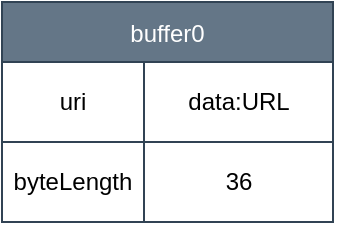
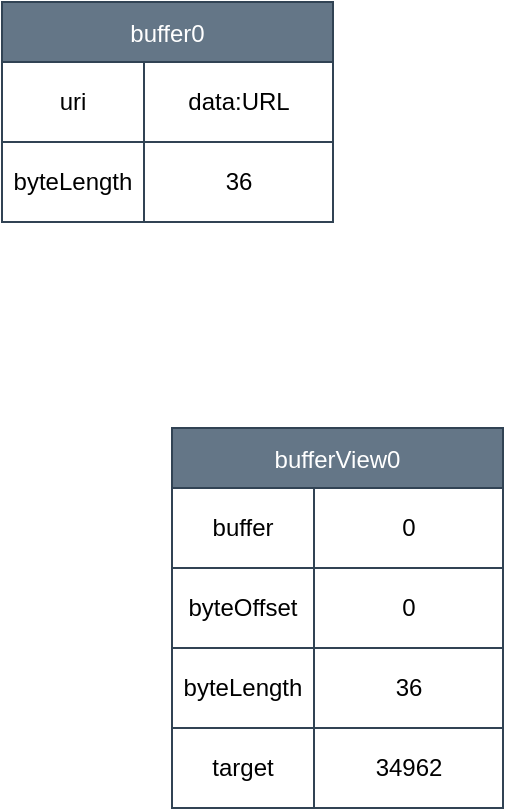
<mxfile host="app.diagrams.net">
  <diagram id="BZvedy4mBk2RI_J5c_5u" name="第 1 页">
-     <mxGraphModel dx="912" dy="956" grid="0" gridSize="10" guides="1" tooltips="1" connect="1" arrows="1" fold="1" page="0" pageScale="1" pageWidth="827" pageHeight="1169" math="0" shadow="0">
+     <mxGraphModel dx="912" dy="1356" grid="0" gridSize="10" guides="1" tooltips="1" connect="1" arrows="1" fold="1" page="0" pageScale="1" pageWidth="827" pageHeight="1169" math="0" shadow="0">
      <root>
        <mxCell id="0" />
        <mxCell id="1" parent="0" />
        <mxCell id="-Ds3_SINnqwqFCvs20sv-1" parent="1" style="shape=table;startSize=30;container=1;collapsible=0;childLayout=tableLayout;fixedHeader=1;fillColor=#647687;fontColor=#ffffff;strokeColor=#314354;" value="buffer0" vertex="1">
-           <mxGeometry height="110" width="165.5" x="-104" y="88" as="geometry" />
+           <mxGeometry height="110" width="165.5" x="-185" y="-50" as="geometry" />
        </mxCell>
        <mxCell id="-Ds3_SINnqwqFCvs20sv-2" parent="-Ds3_SINnqwqFCvs20sv-1" style="shape=tableRow;horizontal=0;startSize=0;swimlaneHead=0;swimlaneBody=0;strokeColor=inherit;top=0;left=0;bottom=0;right=0;collapsible=0;dropTarget=0;fillColor=none;points=[[0,0.5],[1,0.5]];portConstraint=eastwest;fixedHeader=1;" value="" vertex="1">
          <mxGeometry height="40" width="165.5" y="30" as="geometry" />
        </mxCell>
        <mxCell id="-Ds3_SINnqwqFCvs20sv-3" parent="-Ds3_SINnqwqFCvs20sv-2" style="shape=partialRectangle;html=1;whiteSpace=wrap;connectable=0;strokeColor=inherit;overflow=hidden;fillColor=none;top=0;left=0;bottom=0;right=0;pointerEvents=1;align=center;" value="uri" vertex="1">
          <mxGeometry height="40" width="71" as="geometry">
            <mxRectangle height="40" width="71" as="alternateBounds" />
          </mxGeometry>
        </mxCell>
        <mxCell id="-Ds3_SINnqwqFCvs20sv-4" parent="-Ds3_SINnqwqFCvs20sv-2" style="shape=partialRectangle;html=1;whiteSpace=wrap;connectable=0;strokeColor=inherit;overflow=hidden;fillColor=none;top=0;left=0;bottom=0;right=0;pointerEvents=1;" value="data:URL" vertex="1">
          <mxGeometry height="40" width="95" x="71" as="geometry">
            <mxRectangle height="40" width="95" as="alternateBounds" />
          </mxGeometry>
        </mxCell>
        <mxCell id="-Ds3_SINnqwqFCvs20sv-5" parent="-Ds3_SINnqwqFCvs20sv-1" style="shape=tableRow;horizontal=0;startSize=0;swimlaneHead=0;swimlaneBody=0;strokeColor=inherit;top=0;left=0;bottom=0;right=0;collapsible=0;dropTarget=0;fillColor=none;points=[[0,0.5],[1,0.5]];portConstraint=eastwest;fixedHeader=1;" value="" vertex="1">
          <mxGeometry height="40" width="165.5" y="70" as="geometry" />
        </mxCell>
        <mxCell id="-Ds3_SINnqwqFCvs20sv-6" parent="-Ds3_SINnqwqFCvs20sv-5" style="shape=partialRectangle;html=1;whiteSpace=wrap;connectable=0;strokeColor=inherit;overflow=hidden;fillColor=none;top=0;left=0;bottom=0;right=0;pointerEvents=1;align=center;" value="byteLength" vertex="1">
          <mxGeometry height="40" width="71" as="geometry">
            <mxRectangle height="40" width="71" as="alternateBounds" />
          </mxGeometry>
        </mxCell>
        <mxCell id="-Ds3_SINnqwqFCvs20sv-7" parent="-Ds3_SINnqwqFCvs20sv-5" style="shape=partialRectangle;html=1;whiteSpace=wrap;connectable=0;strokeColor=inherit;overflow=hidden;fillColor=none;top=0;left=0;bottom=0;right=0;pointerEvents=1;" value="36" vertex="1">
          <mxGeometry height="40" width="95" x="71" as="geometry">
            <mxRectangle height="40" width="95" as="alternateBounds" />
          </mxGeometry>
        </mxCell>
+         <mxCell id="IMBELnrVSliVJA-H-ImH-1" parent="1" style="shape=table;startSize=30;container=1;collapsible=0;childLayout=tableLayout;fixedHeader=1;fillColor=#647687;fontColor=#ffffff;strokeColor=#314354;" value="bufferView0" vertex="1">
+           <mxGeometry height="190" width="165.5" x="-100" y="163" as="geometry" />
+         </mxCell>
+         <mxCell id="IMBELnrVSliVJA-H-ImH-2" parent="IMBELnrVSliVJA-H-ImH-1" style="shape=tableRow;horizontal=0;startSize=0;swimlaneHead=0;swimlaneBody=0;strokeColor=inherit;top=0;left=0;bottom=0;right=0;collapsible=0;dropTarget=0;fillColor=none;points=[[0,0.5],[1,0.5]];portConstraint=eastwest;fixedHeader=1;" value="" vertex="1">
+           <mxGeometry height="40" width="165.5" y="30" as="geometry" />
+         </mxCell>
+         <mxCell id="IMBELnrVSliVJA-H-ImH-3" parent="IMBELnrVSliVJA-H-ImH-2" style="shape=partialRectangle;html=1;whiteSpace=wrap;connectable=0;strokeColor=inherit;overflow=hidden;fillColor=none;top=0;left=0;bottom=0;right=0;pointerEvents=1;align=center;" value="buffer" vertex="1">
+           <mxGeometry height="40" width="71" as="geometry">
+             <mxRectangle height="40" width="71" as="alternateBounds" />
+           </mxGeometry>
+         </mxCell>
+         <mxCell id="IMBELnrVSliVJA-H-ImH-4" parent="IMBELnrVSliVJA-H-ImH-2" style="shape=partialRectangle;html=1;whiteSpace=wrap;connectable=0;strokeColor=inherit;overflow=hidden;fillColor=none;top=0;left=0;bottom=0;right=0;pointerEvents=1;" value="0" vertex="1">
+           <mxGeometry height="40" width="95" x="71" as="geometry">
+             <mxRectangle height="40" width="95" as="alternateBounds" />
+           </mxGeometry>
+         </mxCell>
+         <mxCell id="IMBELnrVSliVJA-H-ImH-5" parent="IMBELnrVSliVJA-H-ImH-1" style="shape=tableRow;horizontal=0;startSize=0;swimlaneHead=0;swimlaneBody=0;strokeColor=inherit;top=0;left=0;bottom=0;right=0;collapsible=0;dropTarget=0;fillColor=none;points=[[0,0.5],[1,0.5]];portConstraint=eastwest;fixedHeader=1;" value="" vertex="1">
+           <mxGeometry height="40" width="165.5" y="70" as="geometry" />
+         </mxCell>
+         <mxCell id="IMBELnrVSliVJA-H-ImH-6" parent="IMBELnrVSliVJA-H-ImH-5" style="shape=partialRectangle;html=1;whiteSpace=wrap;connectable=0;strokeColor=inherit;overflow=hidden;fillColor=none;top=0;left=0;bottom=0;right=0;pointerEvents=1;align=center;" value="byteOffset" vertex="1">
+           <mxGeometry height="40" width="71" as="geometry">
+             <mxRectangle height="40" width="71" as="alternateBounds" />
+           </mxGeometry>
+         </mxCell>
+         <mxCell id="IMBELnrVSliVJA-H-ImH-7" parent="IMBELnrVSliVJA-H-ImH-5" style="shape=partialRectangle;html=1;whiteSpace=wrap;connectable=0;strokeColor=inherit;overflow=hidden;fillColor=none;top=0;left=0;bottom=0;right=0;pointerEvents=1;" value="0" vertex="1">
+           <mxGeometry height="40" width="95" x="71" as="geometry">
+             <mxRectangle height="40" width="95" as="alternateBounds" />
+           </mxGeometry>
+         </mxCell>
+         <mxCell id="IMBELnrVSliVJA-H-ImH-8" parent="IMBELnrVSliVJA-H-ImH-1" style="shape=tableRow;horizontal=0;startSize=0;swimlaneHead=0;swimlaneBody=0;strokeColor=inherit;top=0;left=0;bottom=0;right=0;collapsible=0;dropTarget=0;fillColor=none;points=[[0,0.5],[1,0.5]];portConstraint=eastwest;fixedHeader=1;" vertex="1">
+           <mxGeometry height="40" width="165.5" y="110" as="geometry" />
+         </mxCell>
+         <mxCell id="IMBELnrVSliVJA-H-ImH-9" parent="IMBELnrVSliVJA-H-ImH-8" style="shape=partialRectangle;html=1;whiteSpace=wrap;connectable=0;strokeColor=inherit;overflow=hidden;fillColor=none;top=0;left=0;bottom=0;right=0;pointerEvents=1;align=center;" value="byteLength" vertex="1">
+           <mxGeometry height="40" width="71" as="geometry">
+             <mxRectangle height="40" width="71" as="alternateBounds" />
+           </mxGeometry>
+         </mxCell>
+         <mxCell id="IMBELnrVSliVJA-H-ImH-10" parent="IMBELnrVSliVJA-H-ImH-8" style="shape=partialRectangle;html=1;whiteSpace=wrap;connectable=0;strokeColor=inherit;overflow=hidden;fillColor=none;top=0;left=0;bottom=0;right=0;pointerEvents=1;" value="36" vertex="1">
+           <mxGeometry height="40" width="95" x="71" as="geometry">
+             <mxRectangle height="40" width="95" as="alternateBounds" />
+           </mxGeometry>
+         </mxCell>
+         <mxCell id="IMBELnrVSliVJA-H-ImH-11" parent="IMBELnrVSliVJA-H-ImH-1" style="shape=tableRow;horizontal=0;startSize=0;swimlaneHead=0;swimlaneBody=0;strokeColor=inherit;top=0;left=0;bottom=0;right=0;collapsible=0;dropTarget=0;fillColor=none;points=[[0,0.5],[1,0.5]];portConstraint=eastwest;fixedHeader=1;" vertex="1">
+           <mxGeometry height="40" width="165.5" y="150" as="geometry" />
+         </mxCell>
+         <mxCell id="IMBELnrVSliVJA-H-ImH-12" parent="IMBELnrVSliVJA-H-ImH-11" style="shape=partialRectangle;html=1;whiteSpace=wrap;connectable=0;strokeColor=inherit;overflow=hidden;fillColor=none;top=0;left=0;bottom=0;right=0;pointerEvents=1;align=center;" value="target" vertex="1">
+           <mxGeometry height="40" width="71" as="geometry">
+             <mxRectangle height="40" width="71" as="alternateBounds" />
+           </mxGeometry>
+         </mxCell>
+         <mxCell id="IMBELnrVSliVJA-H-ImH-13" parent="IMBELnrVSliVJA-H-ImH-11" style="shape=partialRectangle;html=1;whiteSpace=wrap;connectable=0;strokeColor=inherit;overflow=hidden;fillColor=none;top=0;left=0;bottom=0;right=0;pointerEvents=1;" value="34962" vertex="1">
+           <mxGeometry height="40" width="95" x="71" as="geometry">
+             <mxRectangle height="40" width="95" as="alternateBounds" />
+           </mxGeometry>
+         </mxCell>
      </root>
    </mxGraphModel>
  </diagram>
</mxfile>
